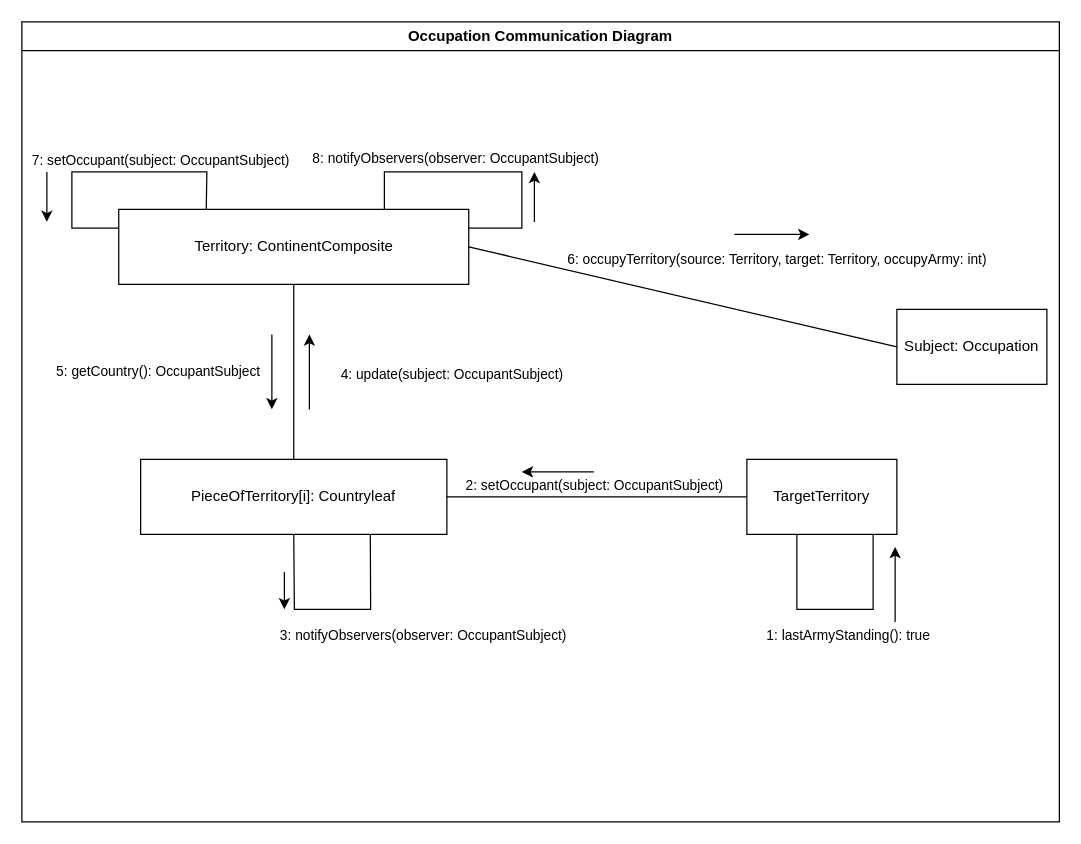
Above: CommunicationDragram.drawio in arqowl/War_CommunicationDiagram_Occupation (draw.io), before the change. Source tidied: cells renumbered, new cells numbered last; positions are measured from the earlier drawing's top-left corner, leaving out a move shared by most shapes. Both pictures are drawn from the tidied source at 125%, with x=0, y=0 at pixel (21, 21).
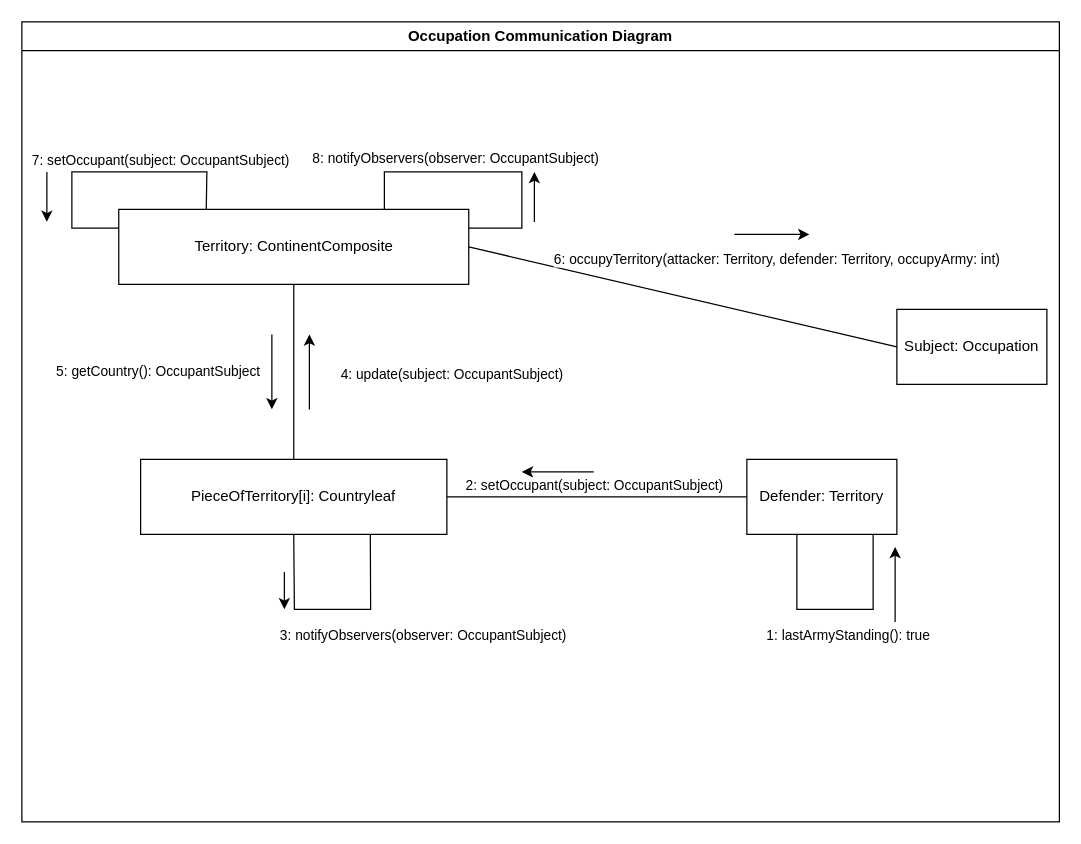
After the change.

The change refers to these unchanged cells:
```xml
<mxCell id="24" value="Occupation Communication Diagram" style="swimlane;whiteSpace=wrap;html=1;" parent="1" vertex="1">
  <mxGeometry width="830" height="640" as="geometry" />
</mxCell>
```

The edit, as a diff of the source:
```diff
@@
-    <mxCell id="13" value="6: occupyTerritory(source: Territory, target: Territory, occupyArmy: int)" style="edgeLabel;html=1;align=center;verticalAlign=middle;" parent="1" vertex="1">
+    <mxCell id="13" value="6: occupyTerritory(attacker: Territory, defender: Territory, occupyArmy: int)" style="edgeLabel;html=1;align=center;verticalAlign=middle;" parent="1" vertex="1">
       <mxGeometry x="590" y="190" as="geometry">
         <mxPoint x="13" y="-1" as="offset" />
       </mxGeometry>
     </mxCell>
@@
-    <mxCell id="26" value="TargetTerritory" style="rounded=0;whiteSpace=wrap;html=1;" parent="24" vertex="1">
+    <mxCell id="26" value="Defender: Territory" style="rounded=0;whiteSpace=wrap;html=1;" parent="24" vertex="1">
       <mxGeometry x="580" y="350" width="120" height="60" as="geometry" />
     </mxCell>
```
